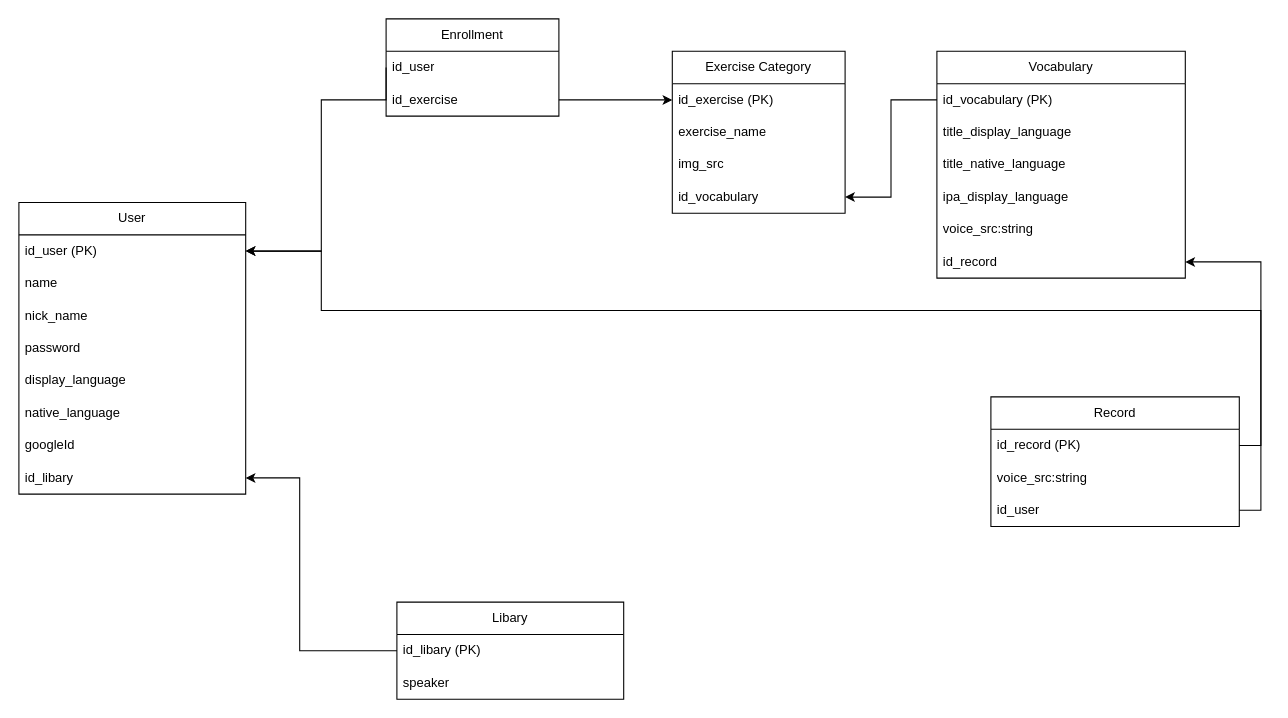
This is docs/db-scheme.dio from dudaji-vn/my-english-accent-webapp, a draw.io file, before an edit. Source tidied: cells renumbered, new cells numbered last; positions are measured from the earlier drawing's top-left corner, leaving out a move shared by most shapes. Both pictures are drawn from the tidied source at 108%, with x=0, y=0 at pixel (18, 18).
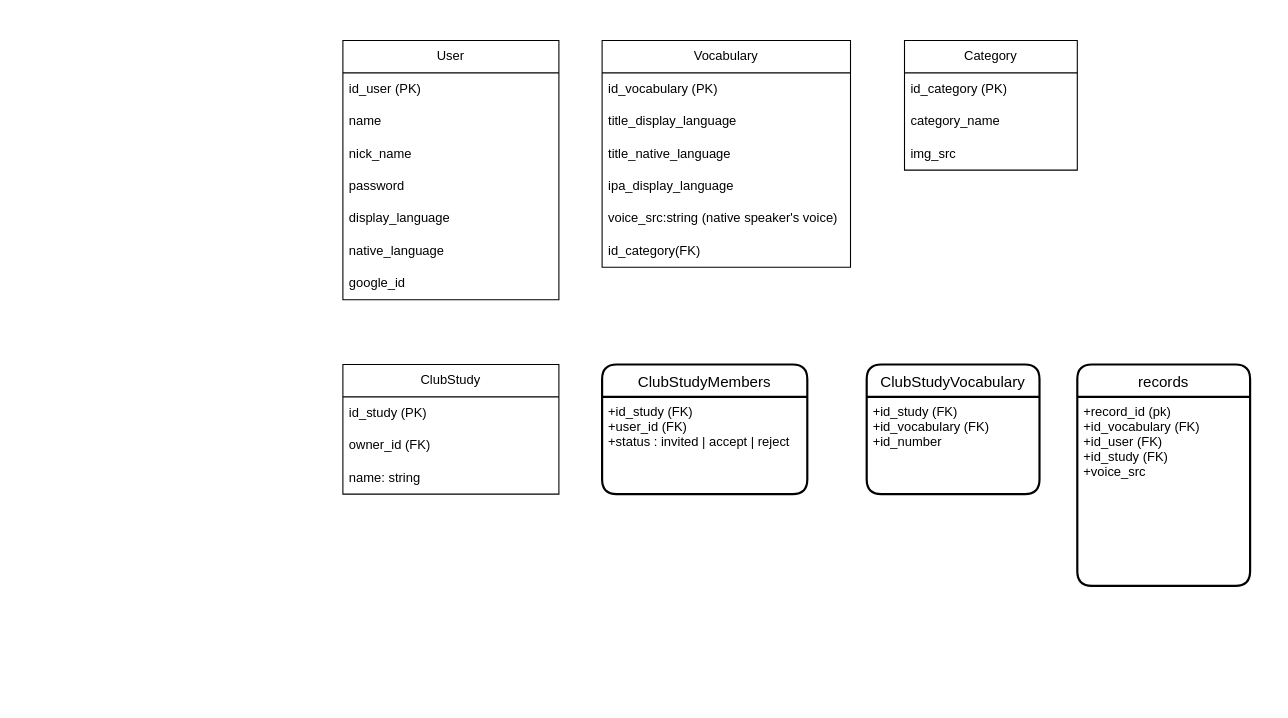
After the change.

Commit message:
Add db-schema for reference from shhong

Unchanged cells that the change refers to:
```xml
<mxCell id="17" value="id_vocabulary (PK)" style="text;strokeColor=none;fillColor=none;align=left;verticalAlign=middle;spacingLeft=4;spacingRight=4;overflow=hidden;points=[[0,0.5],[1,0.5]];portConstraint=eastwest;whiteSpace=wrap;html=1;" parent="16" vertex="1">
  <mxGeometry y="30" width="230" height="30" as="geometry" />
</mxCell>
```

Diff of the diagram source:
```diff
@@
     <mxCell id="2" value="User&lt;br&gt;" style="swimlane;fontStyle=0;horizontal=1;startSize=30;whiteSpace=wrap;html=1;" parent="1" vertex="1">
-      <mxGeometry y="170" width="210" height="270" as="geometry" />
+      <mxGeometry x="300" y="20" width="200" height="240" as="geometry" />
     </mxCell>
     <mxCell id="3" value="id_user (PK)" style="text;strokeColor=none;fillColor=none;align=left;verticalAlign=middle;spacingLeft=4;spacingRight=4;overflow=hidden;points=[[0,0.5],[1,0.5]];portConstraint=eastwest;whiteSpace=wrap;html=1;fontStyle=0;" parent="2" vertex="1">
-      <mxGeometry y="30" width="210" height="30" as="geometry" />
+      <mxGeometry y="30" width="200" height="30" as="geometry" />
     </mxCell>
     <mxCell id="4" value="name" style="text;strokeColor=none;fillColor=none;align=left;verticalAlign=middle;spacingLeft=4;spacingRight=4;overflow=hidden;whiteSpace=wrap;html=1;" parent="2" vertex="1">
-      <mxGeometry y="60" width="210" height="30" as="geometry" />
+      <mxGeometry y="60" width="200" height="30" as="geometry" />
     </mxCell>
     <mxCell id="5" value="nick_name" style="text;strokeColor=none;fillColor=none;align=left;verticalAlign=middle;spacingLeft=4;spacingRight=4;overflow=hidden;whiteSpace=wrap;html=1;" parent="2" vertex="1">
-      <mxGeometry y="90" width="210" height="30" as="geometry" />
+      <mxGeometry y="90" width="200" height="30" as="geometry" />
     </mxCell>
     <mxCell id="6" value="password" style="text;strokeColor=none;fillColor=none;align=left;verticalAlign=middle;spacingLeft=4;spacingRight=4;overflow=hidden;whiteSpace=wrap;html=1;" parent="2" vertex="1">
-      <mxGeometry y="120" width="210" height="30" as="geometry" />
+      <mxGeometry y="120" width="200" height="30" as="geometry" />
     </mxCell>
     <mxCell id="7" value="display_language" style="text;strokeColor=none;fillColor=none;align=left;verticalAlign=middle;spacingLeft=4;spacingRight=4;overflow=hidden;whiteSpace=wrap;html=1;" parent="2" vertex="1">
-      <mxGeometry y="150" width="210" height="30" as="geometry" />
+      <mxGeometry y="150" width="200" height="30" as="geometry" />
     </mxCell>
     <mxCell id="8" value="native_language" style="text;strokeColor=none;fillColor=none;align=left;verticalAlign=middle;spacingLeft=4;spacingRight=4;overflow=hidden;whiteSpace=wrap;html=1;" parent="2" vertex="1">
-      <mxGeometry y="180" width="210" height="30" as="geometry" />
+      <mxGeometry y="180" width="200" height="30" as="geometry" />
     </mxCell>
-    <mxCell id="9" value="googleId" style="text;strokeColor=none;fillColor=none;align=left;verticalAlign=middle;spacingLeft=4;spacingRight=4;overflow=hidden;whiteSpace=wrap;html=1;" parent="2" vertex="1">
-      <mxGeometry y="210" width="210" height="30" as="geometry" />
+    <mxCell id="9" value="google_id" style="text;strokeColor=none;fillColor=none;align=left;verticalAlign=middle;spacingLeft=4;spacingRight=4;overflow=hidden;whiteSpace=wrap;html=1;" parent="2" vertex="1">
+      <mxGeometry y="210" width="200" height="30" as="geometry" />
     </mxCell>
-    <mxCell id="10" value="id_libary" style="text;strokeColor=none;fillColor=none;align=left;verticalAlign=middle;spacingLeft=4;spacingRight=4;overflow=hidden;points=[[0,0.5],[1,0.5]];portConstraint=eastwest;whiteSpace=wrap;html=1;" parent="2" vertex="1">
-      <mxGeometry y="240" width="210" height="30" as="geometry" />
-    </mxCell>
-    <mxCell id="11" value="Exercise Category" style="swimlane;fontStyle=0;horizontal=1;startSize=30;whiteSpace=wrap;html=1;" parent="1" vertex="1">
-      <mxGeometry x="605" y="30" width="160" height="150" as="geometry" />
+    <mxCell id="11" value="Category" style="swimlane;fontStyle=0;horizontal=1;startSize=30;whiteSpace=wrap;html=1;" parent="1" vertex="1">
+      <mxGeometry x="820" y="20" width="160" height="120" as="geometry" />
     </mxCell>
-    <mxCell id="12" value="id_exercise (PK)" style="text;strokeColor=none;fillColor=none;align=left;verticalAlign=middle;spacingLeft=4;spacingRight=4;overflow=hidden;points=[[0,0.5],[1,0.5]];portConstraint=eastwest;whiteSpace=wrap;html=1;" parent="11" vertex="1">
+    <mxCell id="12" value="id_category (PK)" style="text;strokeColor=none;fillColor=none;align=left;verticalAlign=middle;spacingLeft=4;spacingRight=4;overflow=hidden;points=[[0,0.5],[1,0.5]];portConstraint=eastwest;whiteSpace=wrap;html=1;" parent="11" vertex="1">
       <mxGeometry y="30" width="160" height="30" as="geometry" />
     </mxCell>
-    <mxCell id="13" value="exercise_name" style="text;strokeColor=none;fillColor=none;align=left;verticalAlign=middle;spacingLeft=4;spacingRight=4;overflow=hidden;whiteSpace=wrap;html=1;" parent="11" vertex="1">
+    <mxCell id="13" value="category_name" style="text;strokeColor=none;fillColor=none;align=left;verticalAlign=middle;spacingLeft=4;spacingRight=4;overflow=hidden;whiteSpace=wrap;html=1;" parent="11" vertex="1">
       <mxGeometry y="60" width="160" height="30" as="geometry" />
     </mxCell>
@@
-    <mxCell id="15" value="id_vocabulary" style="text;strokeColor=none;fillColor=none;align=left;verticalAlign=middle;spacingLeft=4;spacingRight=4;overflow=hidden;points=[[0,0.5],[1,0.5]];portConstraint=eastwest;whiteSpace=wrap;html=1;" parent="11" vertex="1">
-      <mxGeometry y="120" width="160" height="30" as="geometry" />
-    </mxCell>
     <mxCell id="16" value="Vocabulary" style="swimlane;fontStyle=0;horizontal=1;startSize=30;whiteSpace=wrap;html=1;" parent="1" vertex="1">
-      <mxGeometry x="850" y="30" width="230" height="210" as="geometry" />
+      <mxGeometry x="540" y="20" width="230" height="210" as="geometry" />
     </mxCell>
@@
-    <mxCell id="21" value="voice_src:string" style="text;strokeColor=none;fillColor=none;align=left;verticalAlign=middle;spacingLeft=4;spacingRight=4;overflow=hidden;whiteSpace=wrap;html=1;" parent="16" vertex="1">
+    <mxCell id="21" value="voice_src:string (native speaker's voice)" style="text;strokeColor=none;fillColor=none;align=left;verticalAlign=middle;spacingLeft=4;spacingRight=4;overflow=hidden;whiteSpace=wrap;html=1;" parent="16" vertex="1">
       <mxGeometry y="150" width="230" height="30" as="geometry" />
     </mxCell>
-    <mxCell id="22" value="id_record" style="text;strokeColor=none;fillColor=none;align=left;verticalAlign=middle;spacingLeft=4;spacingRight=4;overflow=hidden;points=[[0,0.5],[1,0.5]];portConstraint=eastwest;whiteSpace=wrap;html=1;" parent="16" vertex="1">
+    <mxCell id="22" value="id_category(FK)" style="text;strokeColor=none;fillColor=none;align=left;verticalAlign=middle;spacingLeft=4;spacingRight=4;overflow=hidden;points=[[0,0.5],[1,0.5]];portConstraint=eastwest;whiteSpace=wrap;html=1;" parent="16" vertex="1">
       <mxGeometry y="180" width="230" height="30" as="geometry" />
     </mxCell>
-    <mxCell id="23" value="Enrollment" style="swimlane;fontStyle=0;horizontal=1;startSize=30;whiteSpace=wrap;html=1;" parent="1" vertex="1">
-      <mxGeometry x="340" width="160" height="90" as="geometry" />
-    </mxCell>
-    <mxCell id="24" value="id_user" style="text;strokeColor=none;fillColor=none;align=left;verticalAlign=middle;spacingLeft=4;spacingRight=4;overflow=hidden;points=[[0,0.5],[1,0.5]];portConstraint=eastwest;whiteSpace=wrap;html=1;" parent="23" vertex="1">
-      <mxGeometry y="30" width="160" height="30" as="geometry" />
-    </mxCell>
-    <mxCell id="25" value="id_exercise" style="text;strokeColor=none;fillColor=none;align=left;verticalAlign=middle;spacingLeft=4;spacingRight=4;overflow=hidden;points=[[0,0.5],[1,0.5]];portConstraint=eastwest;whiteSpace=wrap;html=1;" parent="23" vertex="1">
-      <mxGeometry y="60" width="160" height="30" as="geometry" />
-    </mxCell>
-    <mxCell id="26" style="edgeStyle=orthogonalEdgeStyle;rounded=0;jettySize=auto;html=1;exitX=0;exitY=0.5;exitDx=0;exitDy=0;" parent="1" edge="1" source="24" target="3">
-      <mxGeometry relative="1" as="geometry">
-        <Array as="points">
-          <mxPoint x="280" y="75" />
-          <mxPoint x="280" y="215" />
-        </Array>
-      </mxGeometry>
-    </mxCell>
-    <mxCell id="27" style="edgeStyle=orthogonalEdgeStyle;rounded=0;jettySize=auto;html=1;exitX=1;exitY=0.5;exitDx=0;exitDy=0;" parent="1" edge="1" source="25" target="12">
-      <mxGeometry relative="1" as="geometry" />
-    </mxCell>
-    <mxCell id="28" style="edgeStyle=orthogonalEdgeStyle;rounded=0;jettySize=auto;html=1;exitX=0;exitY=0.5;exitDx=0;exitDy=0;" parent="1" edge="1" source="17" target="15">
-      <mxGeometry relative="1" as="geometry" />
-    </mxCell>
-    <mxCell id="29" value="Record" style="swimlane;fontStyle=0;horizontal=1;startSize=30;whiteSpace=wrap;html=1;" parent="1" vertex="1">
-      <mxGeometry x="900" y="350" width="230" height="120" as="geometry" />
-    </mxCell>
-    <mxCell id="30" value="id_record (PK)" style="text;strokeColor=none;fillColor=none;align=left;verticalAlign=middle;spacingLeft=4;spacingRight=4;overflow=hidden;points=[[0,0.5],[1,0.5]];portConstraint=eastwest;whiteSpace=wrap;html=1;" parent="29" vertex="1">
-      <mxGeometry y="30" width="230" height="30" as="geometry" />
-    </mxCell>
-    <mxCell id="31" value="voice_src:string" style="text;strokeColor=none;fillColor=none;align=left;verticalAlign=middle;spacingLeft=4;spacingRight=4;overflow=hidden;whiteSpace=wrap;html=1;" parent="29" vertex="1">
-      <mxGeometry y="60" width="230" height="30" as="geometry" />
-    </mxCell>
-    <mxCell id="32" value="id_user" style="text;strokeColor=none;fillColor=none;align=left;verticalAlign=middle;spacingLeft=4;spacingRight=4;overflow=hidden;points=[[0,0.5],[1,0.5]];portConstraint=eastwest;whiteSpace=wrap;html=1;" parent="29" vertex="1">
-      <mxGeometry y="90" width="230" height="30" as="geometry" />
-    </mxCell>
-    <mxCell id="33" value="Libary" style="swimlane;fontStyle=0;horizontal=1;startSize=30;whiteSpace=wrap;html=1;" parent="1" vertex="1">
-      <mxGeometry x="350" y="540" width="210" height="90" as="geometry" />
-    </mxCell>
-    <mxCell id="34" value="id_libary (PK)" style="text;strokeColor=none;fillColor=none;align=left;verticalAlign=middle;spacingLeft=4;spacingRight=4;overflow=hidden;points=[[0,0.5],[1,0.5]];portConstraint=eastwest;whiteSpace=wrap;html=1;fontStyle=0;" parent="33" vertex="1">
-      <mxGeometry y="30" width="210" height="30" as="geometry" />
-    </mxCell>
-    <mxCell id="35" value="speaker" style="text;strokeColor=none;fillColor=none;align=left;verticalAlign=middle;spacingLeft=4;spacingRight=4;overflow=hidden;whiteSpace=wrap;html=1;" parent="33" vertex="1">
-      <mxGeometry y="60" width="210" height="30" as="geometry" />
-    </mxCell>
-    <mxCell id="36" style="edgeStyle=orthogonalEdgeStyle;rounded=0;jettySize=auto;html=1;exitX=0;exitY=0.5;exitDx=0;exitDy=0;" parent="1" edge="1" source="34" target="10">
-      <mxGeometry relative="1" as="geometry">
-        <Array as="points">
-          <mxPoint x="260" y="585" />
-          <mxPoint x="260" y="425" />
-        </Array>
-      </mxGeometry>
-    </mxCell>
-    <mxCell id="37" style="edgeStyle=orthogonalEdgeStyle;rounded=0;jettySize=auto;html=1;exitX=1;exitY=0.5;exitDx=0;exitDy=0;" parent="1" edge="1" source="30" target="22">
-      <mxGeometry relative="1" as="geometry" />
-    </mxCell>
-    <mxCell id="38" style="edgeStyle=orthogonalEdgeStyle;rounded=0;jettySize=auto;html=1;exitX=1;exitY=0.5;exitDx=0;exitDy=0;entryX=1;entryY=0.5;entryDx=0;entryDy=0;" parent="1" edge="1" source="32" target="3">
-      <mxGeometry relative="1" as="geometry">
-        <Array as="points">
-          <mxPoint x="1150" y="455" />
-          <mxPoint x="1150" y="270" />
-          <mxPoint x="280" y="270" />
-          <mxPoint x="280" y="215" />
-        </Array>
-      </mxGeometry>
-    </mxCell>
+    <mxCell id="39" value="ClubStudy" style="swimlane;fontStyle=0;horizontal=1;startSize=30;whiteSpace=wrap;html=1;" parent="1" vertex="1">
+      <mxGeometry x="300" y="320" width="200" height="120" as="geometry" />
+    </mxCell>
+    <mxCell id="40" value="id_study (PK)" style="text;strokeColor=none;fillColor=none;align=left;verticalAlign=middle;spacingLeft=4;spacingRight=4;overflow=hidden;whiteSpace=wrap;html=1;" parent="39" vertex="1">
+      <mxGeometry y="30" width="200" height="30" as="geometry" />
+    </mxCell>
+    <mxCell id="41" value="owner_id (FK)" style="text;strokeColor=none;fillColor=none;align=left;verticalAlign=middle;spacingLeft=4;spacingRight=4;overflow=hidden;whiteSpace=wrap;html=1;" parent="39" vertex="1">
+      <mxGeometry y="60" width="200" height="30" as="geometry" />
+    </mxCell>
+    <mxCell id="42" value="name: string" style="text;strokeColor=none;fillColor=none;align=left;verticalAlign=middle;spacingLeft=4;spacingRight=4;overflow=hidden;whiteSpace=wrap;html=1;" parent="39" vertex="1">
+      <mxGeometry y="90" width="200" height="30" as="geometry" />
+    </mxCell>
+    <mxCell id="43" value="records" style="swimlane;horizontal=1;startSize=30;rounded=1;fontSize=14;fontStyle=0;strokeWidth=2;shadow=0;dashed=0;align=center;" parent="1" vertex="1">
+      <mxGeometry x="980" y="320" width="160" height="205" as="geometry" />
+    </mxCell>
+    <mxCell id="44" value="+record_id (pk)&#10;+id_vocabulary (FK)&#10;+id_user (FK)&#10;+id_study (FK)&#10;+voice_src" style="align=left;strokeColor=none;fillColor=none;spacingLeft=4;fontSize=12;verticalAlign=top;" parent="43" vertex="1">
+      <mxGeometry y="30" width="160" height="175" as="geometry" />
+    </mxCell>
+    <mxCell id="45" value="ClubStudyVocabulary" style="swimlane;horizontal=1;startSize=30;rounded=1;fontSize=14;fontStyle=0;strokeWidth=2;shadow=0;dashed=0;align=center;" parent="1" vertex="1">
+      <mxGeometry x="785" y="320" width="160" height="120" as="geometry" />
+    </mxCell>
+    <mxCell id="46" value="+id_study (FK)&#10;+id_vocabulary (FK)&#10;+id_number" style="align=left;strokeColor=none;fillColor=none;spacingLeft=4;fontSize=12;verticalAlign=top;" parent="45" vertex="1">
+      <mxGeometry y="30" width="160" height="90" as="geometry" />
+    </mxCell>
+    <mxCell id="47" value="ClubStudyMembers" style="swimlane;horizontal=1;startSize=30;rounded=1;fontSize=14;fontStyle=0;strokeWidth=2;shadow=0;dashed=0;align=center;" parent="1" vertex="1">
+      <mxGeometry x="540" y="320" width="190" height="120" as="geometry" />
+    </mxCell>
+    <mxCell id="48" value="+id_study (FK)&#10;+user_id (FK)&#10;+status : invited | accept | reject" style="align=left;strokeColor=none;fillColor=none;spacingLeft=4;fontSize=12;verticalAlign=top;" parent="47" vertex="1">
+      <mxGeometry y="30" width="190" height="90" as="geometry" />
+    </mxCell>
```
